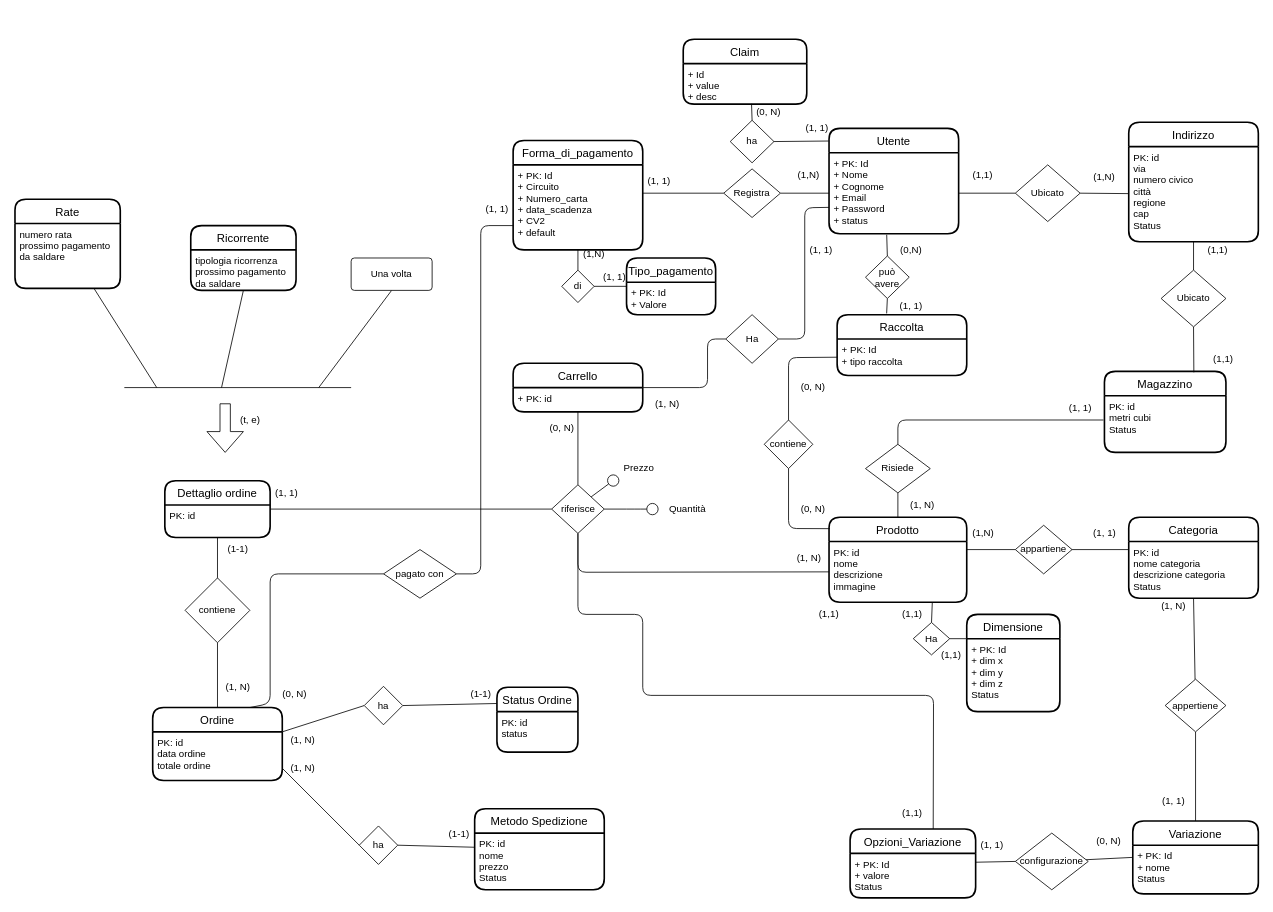
Before: doc/schema_concettuale.drawio in EndriDomiUni/E-commerce, a draw.io diagram. Source tidied: cells renumbered, new cells numbered last; positions are measured from the earlier drawing's top-left corner, leaving out a move shared by most shapes. Both pictures are drawn from the tidied source at 81%, with x=0, y=0 at pixel (15, 39).
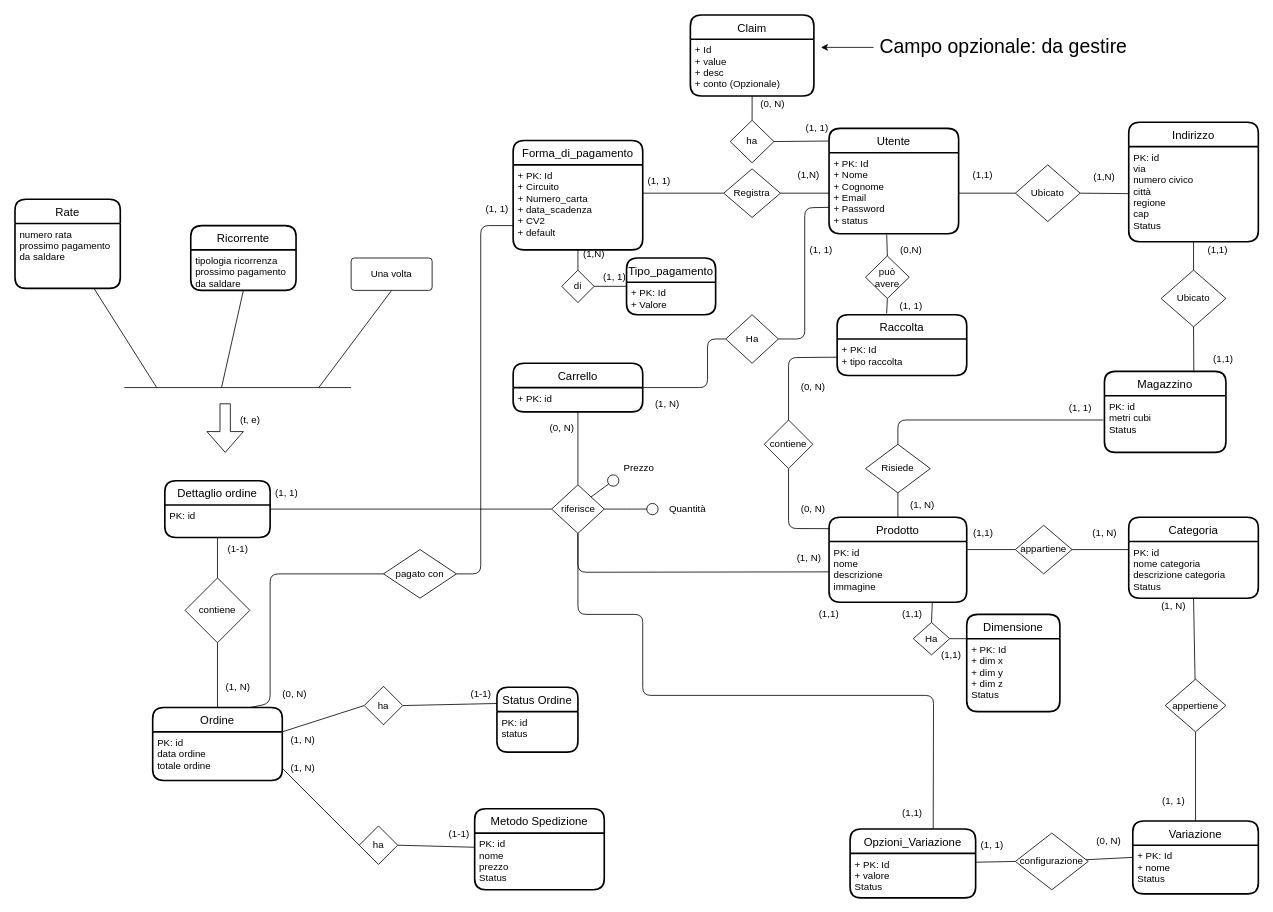
The same diagram, later.

The change refers to these unchanged cells:
```xml
<mxCell id="69" value="ha" style="shape=rhombus;perimeter=rhombusPerimeter;whiteSpace=wrap;html=1;align=center;" parent="1" vertex="1">
  <mxGeometry x="883" y="100" width="54" height="52.5" as="geometry" />
</mxCell>
```

Diff of the diagram source:
```diff
@@
-    <mxCell id="68" value="(1,N)" style="text;html=1;align=center;verticalAlign=middle;strokeColor=none;fillColor=none;" parent="1" vertex="1">
+    <mxCell id="68" value="(1,1)" style="text;html=1;align=center;verticalAlign=middle;strokeColor=none;fillColor=none;" parent="1" vertex="1">
       <mxGeometry x="1175" y="600" width="40" height="20" as="geometry" />
     </mxCell>
@@
-    <mxCell id="70" value="(1, 1)" style="text;html=1;align=center;verticalAlign=middle;strokeColor=none;fillColor=none;" parent="1" vertex="1">
-      <mxGeometry x="1325" y="600" width="40" height="20" as="geometry" />
+    <mxCell id="70" value="(1, N)" style="text;html=1;align=center;verticalAlign=middle;strokeColor=none;fillColor=none;" parent="1" vertex="1">
+      <mxGeometry x="1320" y="600" width="50" height="20" as="geometry" />
     </mxCell>
@@
     <mxCell id="75" value="Claim" style="swimlane;horizontal=1;startSize=30;rounded=1;fontSize=14;fontStyle=0;strokeWidth=2;shadow=0;dashed=0;align=center;" parent="1" vertex="1">
-      <mxGeometry x="825" width="152.5" height="80" as="geometry" />
+      <mxGeometry x="833.8" y="-30" width="152.5" height="100" as="geometry" />
     </mxCell>
-    <mxCell id="76" value="+ Id&#10;+ value&#10;+ desc" style="align=left;strokeColor=none;fillColor=none;spacingLeft=4;fontSize=12;verticalAlign=top;" parent="75" vertex="1">
-      <mxGeometry y="30" width="152.5" height="50" as="geometry" />
+    <mxCell id="76" value="+ Id&#10;+ value&#10;+ desc&#10;+ conto (Opzionale)" style="align=left;strokeColor=none;fillColor=none;spacingLeft=4;fontSize=12;verticalAlign=top;" parent="75" vertex="1">
+      <mxGeometry y="30" width="152.5" height="70" as="geometry" />
     </mxCell>
@@
-    <mxCell id="80" style="edgeStyle=none;html=1;exitX=0.5;exitY=0;exitDx=0;exitDy=0;entryX=0.553;entryY=0.994;entryDx=0;entryDy=0;entryPerimeter=0;endArrow=none;endFill=0;" parent="1" edge="1" source="69" target="76">
+    <mxCell id="80" style="edgeStyle=none;html=1;exitX=0.5;exitY=0;exitDx=0;exitDy=0;entryX=0.5;entryY=1;entryDx=0;entryDy=0;endArrow=none;endFill=0;" parent="1" edge="1" source="69" target="76">
       <mxGeometry relative="1" as="geometry" />
     </mxCell>
@@
     <mxCell id="139" value="(0, N)" style="text;html=1;align=center;verticalAlign=middle;strokeColor=none;fillColor=none;" parent="1" vertex="1">
-      <mxGeometry x="905" y="80" width="50" height="20" as="geometry" />
+      <mxGeometry x="910" y="70" width="50" height="20" as="geometry" />
     </mxCell>
@@
+    <mxCell id="146" style="edgeStyle=none;html=1;fontSize=24;" parent="1" edge="1" source="147">
+      <mxGeometry relative="1" as="geometry">
+        <mxPoint x="995" y="10" as="targetPoint" />
+      </mxGeometry>
+    </mxCell>
+    <mxCell id="147" value="&lt;span style=&quot;font-size: 24px&quot;&gt;Campo opzionale: da gestire&lt;/span&gt;" style="text;html=1;align=center;verticalAlign=middle;points=[];strokeColor=none;fillColor=none;" parent="1" vertex="1">
+      <mxGeometry x="1060" width="320" height="20" as="geometry" />
+    </mxCell>
```
